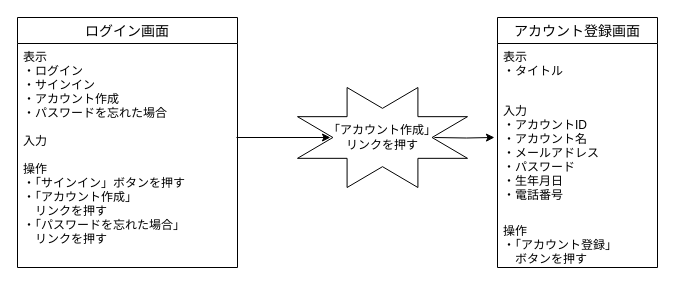
Ryusei44237/sotuken keeps this draw.io diagram as 画面遷移図/ログイン画面から登録画面.drawio. Above is the earlier version. Source tidied: cells renumbered, new cells numbered last; positions are measured from the earlier drawing's top-left corner, leaving out a move shared by most shapes. Both pictures are drawn from the tidied source at 100%, with x=0, y=0 at pixel (17, 17).
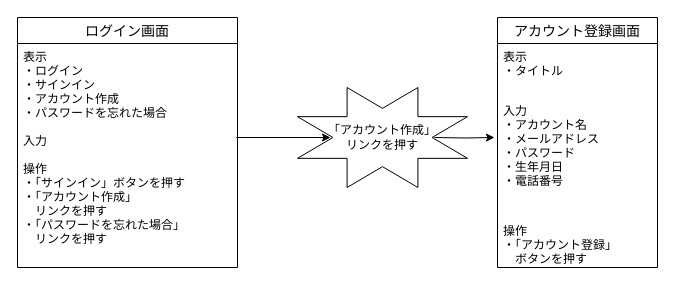
The same diagram, later.

Change to the diagram source:
```diff
@@
 <mxGraphModel>
   <root>
     <mxCell id="0" />
     <mxCell id="1" parent="0" />
     <mxCell id="2" value="ログイン画面" style="swimlane;fontStyle=0;horizontal=1;startSize=26;align=center;fontSize=14;" parent="1" vertex="1">
       <mxGeometry width="220" height="250" as="geometry" />
     </mxCell>
     <mxCell id="3" value="表示&#10;・ログイン&#10;・サインイン&#10;・アカウント作成&#10;・パスワードを忘れた場合&#10;&#10;入力&#10;&#10;操作&#10;・「サインイン」ボタンを押す&#10;・「アカウント作成」&#10;　リンクを押す&#10;・「パスワードを忘れた場合」&#10;　リンクを押す" style="text;strokeColor=none;fillColor=none;spacingLeft=4;spacingRight=4;overflow=hidden;fontSize=12;" parent="2" vertex="1">
       <mxGeometry y="26" width="220" height="224" as="geometry" />
     </mxCell>
     <mxCell id="4" style="endArrow=classic;html=1;entryX=0.194;entryY=0.5;entryDx=0;entryDy=0;entryPerimeter=0;" parent="1" edge="1" target="6">
       <mxGeometry relative="1" as="geometry">
         <mxPoint x="219" y="120" as="sourcePoint" />
       </mxGeometry>
     </mxCell>
     <mxCell id="5" style="edgeStyle=orthogonalEdgeStyle;rounded=0;jettySize=auto;html=1;entryX=-0.019;entryY=0.333;entryDx=0;entryDy=0;entryPerimeter=0;" parent="1" edge="1" target="10">
       <mxGeometry relative="1" as="geometry">
         <mxPoint x="417" y="120" as="sourcePoint" />
       </mxGeometry>
     </mxCell>
     <mxCell id="6" style="verticalLabelPosition=bottom;verticalAlign=top;html=1;shape=mxgraph.basic.8_point_star;" parent="1" vertex="1">
       <mxGeometry x="280" y="70" width="170" height="100" as="geometry" />
     </mxCell>
     <mxCell id="7" value="「アカウント作成」リンクを押す" style="text;html=1;strokeColor=none;fillColor=none;align=center;verticalAlign=middle;whiteSpace=wrap;rounded=0;" parent="1" vertex="1">
       <mxGeometry x="310" y="110" width="110" height="20" as="geometry" />
     </mxCell>
     <mxCell id="8" value="アカウント登録画面" style="swimlane;fontStyle=0;horizontal=1;startSize=26;align=center;fontSize=14;strokeWidth=1;" parent="1" vertex="1">
       <mxGeometry x="480" width="160" height="250" as="geometry" />
     </mxCell>
     <mxCell id="9" value="表示&#10;・タイトル&#10;" style="text;strokeColor=none;fillColor=none;spacingLeft=4;spacingRight=4;overflow=hidden;fontSize=12;" parent="8" vertex="1">
       <mxGeometry y="26" width="160" height="54" as="geometry" />
     </mxCell>
-    <mxCell id="10" value="入力&#10;・アカウントID&#10;・アカウント名&#10;・メールアドレス&#10;・パスワード&#10;・生年月日&#10;・電話番号&#10;&#10;" style="text;strokeColor=none;fillColor=none;spacingLeft=4;spacingRight=4;overflow=hidden;points=[[0,0.5],[1,0.5]];portConstraint=eastwest;fontSize=12;" parent="8" vertex="1">
+    <mxCell id="10" value="入力&#10;・アカウント名&#10;・メールアドレス&#10;・パスワード&#10;・生年月日&#10;・電話番号&#10;&#10;" style="text;strokeColor=none;fillColor=none;spacingLeft=4;spacingRight=4;overflow=hidden;points=[[0,0.5],[1,0.5]];portConstraint=eastwest;fontSize=12;" parent="8" vertex="1">
       <mxGeometry y="80" width="160" height="120" as="geometry" />
     </mxCell>
     <mxCell id="11" value="操作&#10;・「アカウント登録」&#10;　ボタンを押す&#10;" style="text;strokeColor=none;fillColor=none;spacingLeft=4;spacingRight=4;overflow=hidden;fontSize=12;" parent="8" vertex="1">
       <mxGeometry y="200" width="160" height="50" as="geometry" />
     </mxCell>
   </root>
 </mxGraphModel>
```
